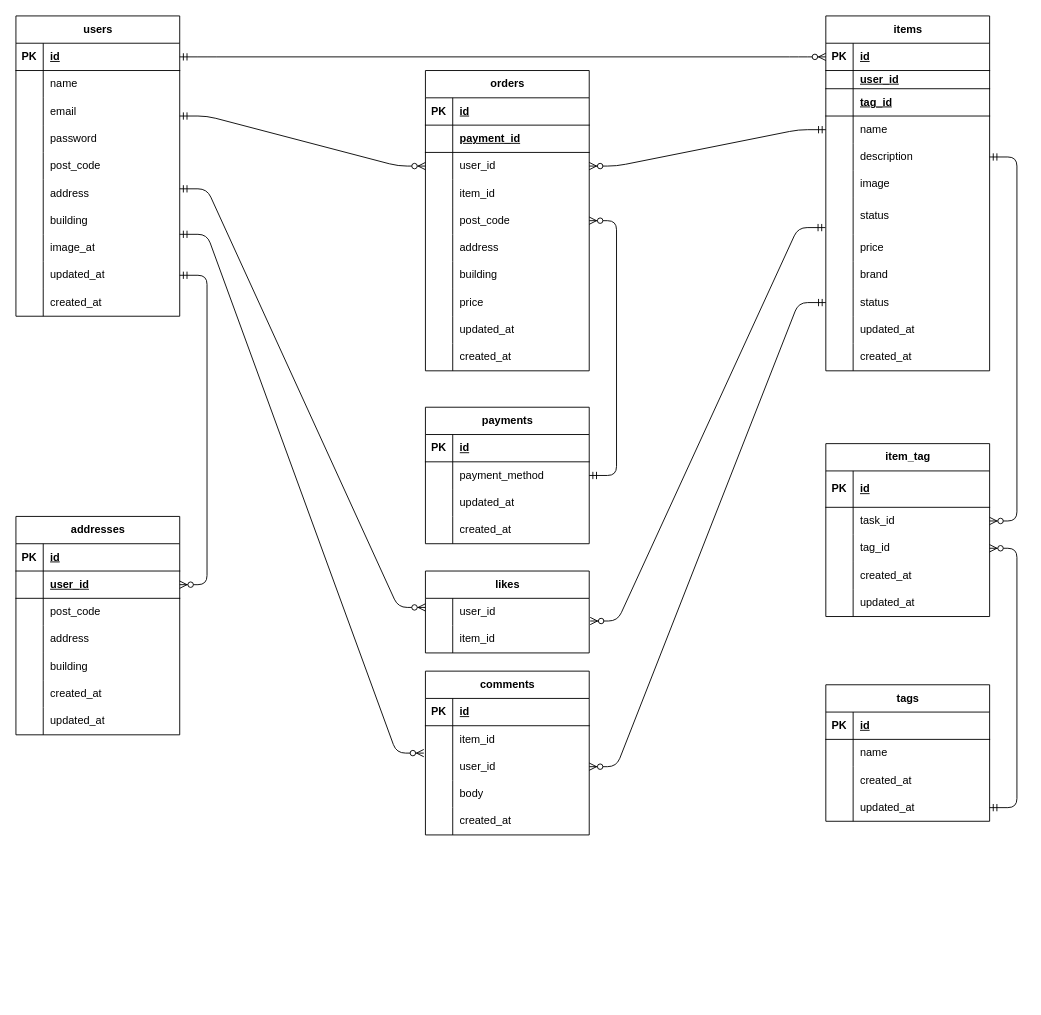
Above: ER.dio in sekirubeg/keita-free (draw.io), before the change. Source tidied: cells renumbered, new cells numbered last; positions are measured from the earlier drawing's top-left corner, leaving out a move shared by most shapes. Both pictures are drawn from the tidied source at 91%, with x=0, y=0 at pixel (15, 15).
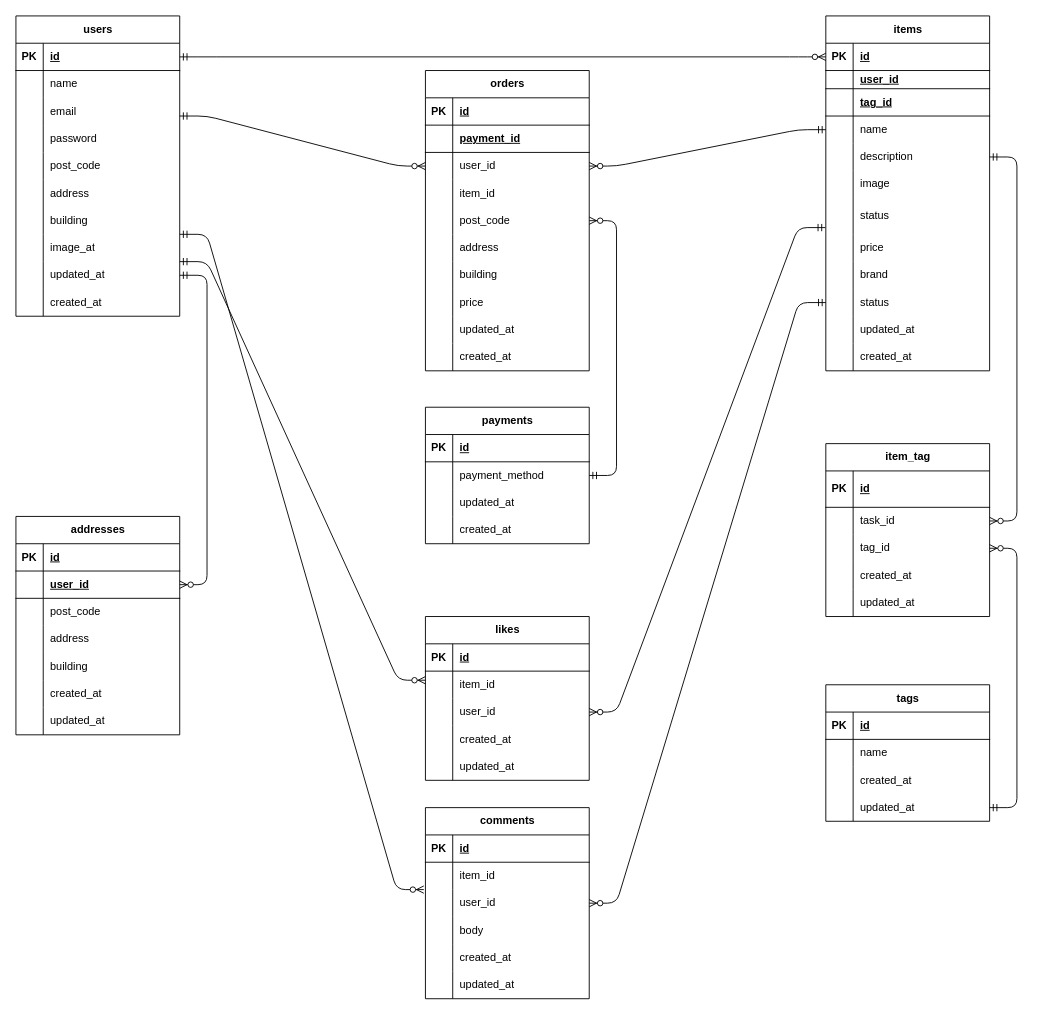
Above is the later version.

Unchanged cells that the change refers to:
```xml
<mxCell id="21" style="shape=tableRow;horizontal=0;startSize=0;swimlaneHead=0;swimlaneBody=0;fillColor=none;points=[[0,0.5],[1,0.5]];portConstraint=eastwest;top=0;left=0;right=0;bottom=0;" parent="2" vertex="1">
  <mxGeometry y="200" width="180" height="40" as="geometry" />
</mxCell>
```

What changed in the source:
```diff
@@
-    <mxCell id="70" value="likes" style="shape=table;startSize=30;childLayout=tableLayout;rowLines=0;fontStyle=1;align=center;html=1;" parent="1" vertex="1">
-      <mxGeometry x="450" y="610" width="180" height="90" as="geometry" />
-    </mxCell>
-    <mxCell id="71" style="shape=tableRow;horizontal=0;startSize=0;swimlaneHead=0;swimlaneBody=0;fillColor=none;points=[[0,0.5],[1,0.5]];portConstraint=eastwest;top=0;left=0;right=0;bottom=0;" parent="70" vertex="1">
-      <mxGeometry y="30" width="180" height="30" as="geometry" />
-    </mxCell>
-    <mxCell id="72" style="shape=partialRectangle;fillColor=none;top=0;left=0;bottom=0;right=0;overflow=hidden;whiteSpace=wrap;html=1;" parent="71" vertex="1">
-      <mxGeometry width="30" height="30" as="geometry" />
-    </mxCell>
-    <mxCell id="73" value="user_id" style="shape=partialRectangle;fillColor=none;top=0;left=0;bottom=0;right=0;align=left;spacingLeft=6;overflow=hidden;whiteSpace=wrap;html=1;" parent="71" vertex="1">
-      <mxGeometry x="30" width="150" height="30" as="geometry" />
-    </mxCell>
-    <mxCell id="74" style="shape=tableRow;horizontal=0;startSize=0;swimlaneHead=0;swimlaneBody=0;fillColor=none;top=0;left=0;right=0;bottom=0;" parent="70" vertex="1">
-      <mxGeometry y="60" width="180" height="30" as="geometry" />
-    </mxCell>
-    <mxCell id="75" style="shape=partialRectangle;fillColor=none;top=0;left=0;bottom=0;right=0;overflow=hidden;whiteSpace=wrap;html=1;" parent="74" vertex="1">
-      <mxGeometry width="30" height="30" as="geometry" />
-    </mxCell>
-    <mxCell id="76" value="item_id" style="shape=partialRectangle;fillColor=none;top=0;left=0;bottom=0;right=0;align=left;spacingLeft=6;overflow=hidden;whiteSpace=wrap;html=1;" parent="74" vertex="1">
-      <mxGeometry x="30" width="150" height="30" as="geometry" />
-    </mxCell>
     <mxCell id="77" value="comments" style="shape=table;startSize=30;childLayout=tableLayout;rowLines=0;fontStyle=1;align=center;html=1;" parent="1" vertex="1">
-      <mxGeometry x="450" y="720" width="180" height="180" as="geometry" />
+      <mxGeometry x="450" y="870" width="180" height="210" as="geometry" />
     </mxCell>
@@
+    <mxCell id="199" style="shape=tableRow;horizontal=0;startSize=0;swimlaneHead=0;swimlaneBody=0;fillColor=none;top=0;left=0;right=0;bottom=0;" parent="77" vertex="1">
+      <mxGeometry y="180" width="180" height="30" as="geometry" />
+    </mxCell>
+    <mxCell id="200" style="shape=partialRectangle;fillColor=none;top=0;left=0;bottom=0;right=0;overflow=hidden;whiteSpace=wrap;html=1;" parent="199" vertex="1">
+      <mxGeometry width="30" height="30" as="geometry" />
+    </mxCell>
+    <mxCell id="201" value="updated_at" style="shape=partialRectangle;fillColor=none;top=0;left=0;bottom=0;right=0;align=left;spacingLeft=6;overflow=hidden;whiteSpace=wrap;html=1;" parent="199" vertex="1">
+      <mxGeometry x="30" width="150" height="30" as="geometry" />
+    </mxCell>
@@
     <mxCell id="189" style="edgeStyle=entityRelationEdgeStyle;fontSize=12;html=1;endArrow=ERzeroToMany;startArrow=ERmandOne;exitX=1;exitY=0.5;exitDx=0;exitDy=0;entryX=0;entryY=0.5;entryDx=0;entryDy=0;" parent="1" edge="1">
       <mxGeometry relative="1" as="geometry">
-        <mxPoint x="180" y="190" as="sourcePoint" />
-        <mxPoint x="450" y="650" as="targetPoint" />
+        <mxPoint x="180" y="270" as="sourcePoint" />
+        <mxPoint x="450" y="730" as="targetPoint" />
       </mxGeometry>
     </mxCell>
@@
-    <mxCell id="192" style="edgeStyle=entityRelationEdgeStyle;fontSize=12;html=1;endArrow=ERzeroToMany;startArrow=ERmandOne;exitX=-0.003;exitY=0.815;exitDx=0;exitDy=0;exitPerimeter=0;entryX=1.006;entryY=0.831;entryDx=0;entryDy=0;entryPerimeter=0;" parent="1" edge="1" source="21" target="71">
+    <mxCell id="192" style="edgeStyle=entityRelationEdgeStyle;fontSize=12;html=1;endArrow=ERzeroToMany;startArrow=ERmandOne;exitX=-0.003;exitY=0.815;exitDx=0;exitDy=0;exitPerimeter=0;" parent="1" edge="1" source="21" target="206">
       <mxGeometry relative="1" as="geometry">
         <Array as="points">
           <mxPoint x="880" y="270" />
           <mxPoint x="910" y="160" />
         </Array>
       </mxGeometry>
     </mxCell>
@@
+    <mxCell id="70" value="likes" style="shape=table;startSize=30;childLayout=tableLayout;rowLines=0;fontStyle=1;align=center;html=1;" parent="1" vertex="1">
+      <mxGeometry x="450" y="660" width="180" height="180" as="geometry" />
+    </mxCell>
+    <mxCell id="202" style="shape=tableRow;horizontal=0;startSize=0;swimlaneHead=0;swimlaneBody=0;fillColor=none;top=0;left=0;right=0;bottom=1;" parent="70" vertex="1">
+      <mxGeometry y="30" width="180" height="30" as="geometry" />
+    </mxCell>
+    <mxCell id="203" value="PK" style="shape=partialRectangle;fillColor=none;top=0;left=0;bottom=0;right=0;fontStyle=1;overflow=hidden;whiteSpace=wrap;html=1;" parent="202" vertex="1">
+      <mxGeometry width="30" height="30" as="geometry" />
+    </mxCell>
+    <mxCell id="204" value="id" style="shape=partialRectangle;fillColor=none;top=0;left=0;bottom=0;right=0;align=left;spacingLeft=6;fontStyle=5;overflow=hidden;whiteSpace=wrap;html=1;" parent="202" vertex="1">
+      <mxGeometry x="30" width="150" height="30" as="geometry" />
+    </mxCell>
+    <mxCell id="74" style="shape=tableRow;horizontal=0;startSize=0;swimlaneHead=0;swimlaneBody=0;fillColor=none;top=0;left=0;right=0;bottom=0;" parent="70" vertex="1">
+      <mxGeometry y="60" width="180" height="30" as="geometry" />
+    </mxCell>
+    <mxCell id="205" style="shape=partialRectangle;fillColor=none;top=0;left=0;bottom=0;right=0;overflow=hidden;whiteSpace=wrap;html=1;" parent="74" vertex="1">
+      <mxGeometry width="30" height="30" as="geometry" />
+    </mxCell>
+    <mxCell id="76" value="item_id" style="shape=partialRectangle;fillColor=none;top=0;left=0;bottom=0;right=0;align=left;spacingLeft=6;overflow=hidden;whiteSpace=wrap;html=1;" parent="74" vertex="1">
+      <mxGeometry x="30" width="150" height="30" as="geometry" />
+    </mxCell>
+    <mxCell id="206" style="shape=tableRow;horizontal=0;startSize=0;swimlaneHead=0;swimlaneBody=0;fillColor=none;points=[[0,0.5],[1,0.5]];portConstraint=eastwest;top=0;left=0;right=0;bottom=0;" parent="70" vertex="1">
+      <mxGeometry y="90" width="180" height="30" as="geometry" />
+    </mxCell>
+    <mxCell id="207" style="shape=partialRectangle;fillColor=none;top=0;left=0;bottom=0;right=0;overflow=hidden;whiteSpace=wrap;html=1;" parent="206" vertex="1">
+      <mxGeometry width="30" height="30" as="geometry" />
+    </mxCell>
+    <mxCell id="73" value="user_id" style="shape=partialRectangle;fillColor=none;top=0;left=0;bottom=0;right=0;align=left;spacingLeft=6;overflow=hidden;whiteSpace=wrap;html=1;" parent="206" vertex="1">
+      <mxGeometry x="30" width="150" height="30" as="geometry" />
+    </mxCell>
+    <mxCell id="208" style="shape=tableRow;horizontal=0;startSize=0;swimlaneHead=0;swimlaneBody=0;fillColor=none;top=0;left=0;right=0;bottom=0;" parent="70" vertex="1">
+      <mxGeometry y="120" width="180" height="30" as="geometry" />
+    </mxCell>
+    <mxCell id="209" style="shape=partialRectangle;fillColor=none;top=0;left=0;bottom=0;right=0;overflow=hidden;whiteSpace=wrap;html=1;" parent="208" vertex="1">
+      <mxGeometry width="30" height="30" as="geometry" />
+    </mxCell>
+    <mxCell id="210" value="&lt;span style=&quot;color: rgb(0, 0, 0);&quot;&gt;created_at&lt;/span&gt;" style="shape=partialRectangle;fillColor=none;top=0;left=0;bottom=0;right=0;align=left;spacingLeft=6;overflow=hidden;whiteSpace=wrap;html=1;" parent="208" vertex="1">
+      <mxGeometry x="30" width="150" height="30" as="geometry" />
+    </mxCell>
+    <mxCell id="211" style="shape=tableRow;horizontal=0;startSize=0;swimlaneHead=0;swimlaneBody=0;fillColor=none;top=0;left=0;right=0;bottom=0;" parent="70" vertex="1">
+      <mxGeometry y="150" width="180" height="30" as="geometry" />
+    </mxCell>
+    <mxCell id="212" style="shape=partialRectangle;fillColor=none;top=0;left=0;bottom=0;right=0;overflow=hidden;whiteSpace=wrap;html=1;" parent="211" vertex="1">
+      <mxGeometry width="30" height="30" as="geometry" />
+    </mxCell>
+    <mxCell id="213" value="updated_at" style="shape=partialRectangle;fillColor=none;top=0;left=0;bottom=0;right=0;align=left;spacingLeft=6;overflow=hidden;whiteSpace=wrap;html=1;" parent="211" vertex="1">
+      <mxGeometry x="30" width="150" height="30" as="geometry" />
+    </mxCell>
```
